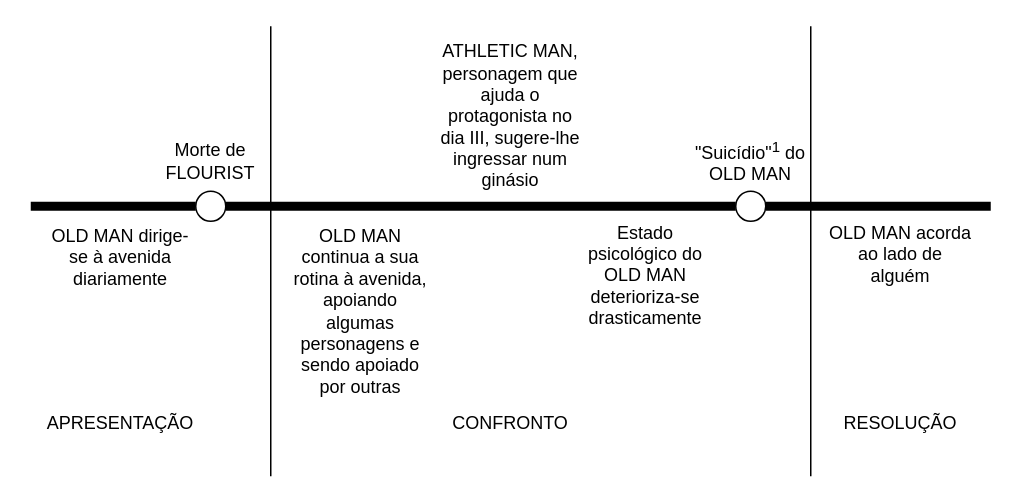
This is drawio/tree act structure/tree_act_struct.drawio from Anth0nyPereira/onegai, a draw.io file, before an edit. Source tidied: cells renumbered, new cells numbered last; positions are measured from the earlier drawing's top-left corner, leaving out a move shared by most shapes. Both pictures are drawn from the tidied source at 150%, with x=0, y=0 at pixel (30, 26).
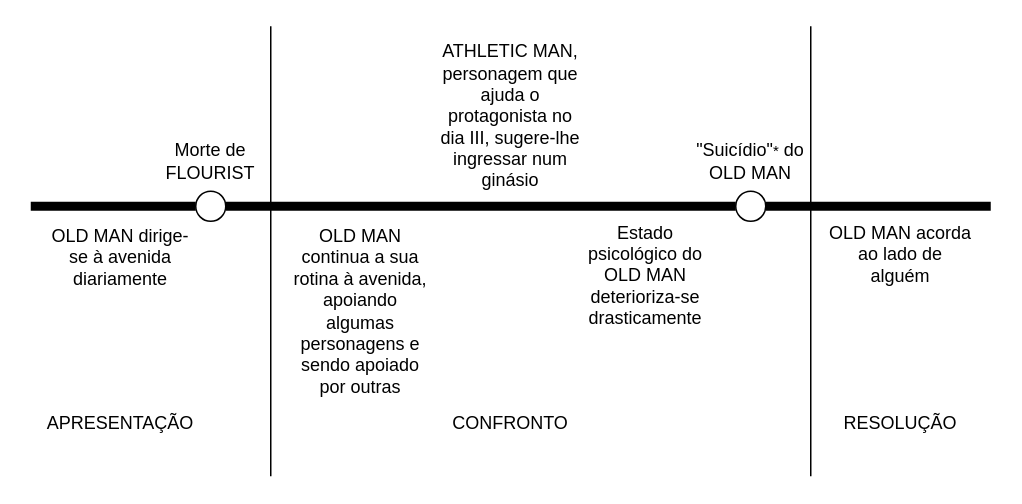
After the change.

What changed in the source:
```diff
@@
-    <mxCell id="14" value="&quot;Suicídio&quot;&lt;sup&gt;1&lt;/sup&gt;&amp;nbsp;do OLD MAN" style="text;html=1;strokeColor=none;fillColor=none;align=center;verticalAlign=middle;whiteSpace=wrap;rounded=0;" parent="1" vertex="1">
+    <mxCell id="14" value="&quot;Suicídio&quot;&lt;span style=&quot;font-size: 10px;&quot;&gt;*&lt;/span&gt;&amp;nbsp;do OLD MAN" style="text;html=1;strokeColor=none;fillColor=none;align=center;verticalAlign=middle;whiteSpace=wrap;rounded=0;" parent="1" vertex="1">
       <mxGeometry x="430" y="60" width="100" height="60" as="geometry" />
     </mxCell>
```
